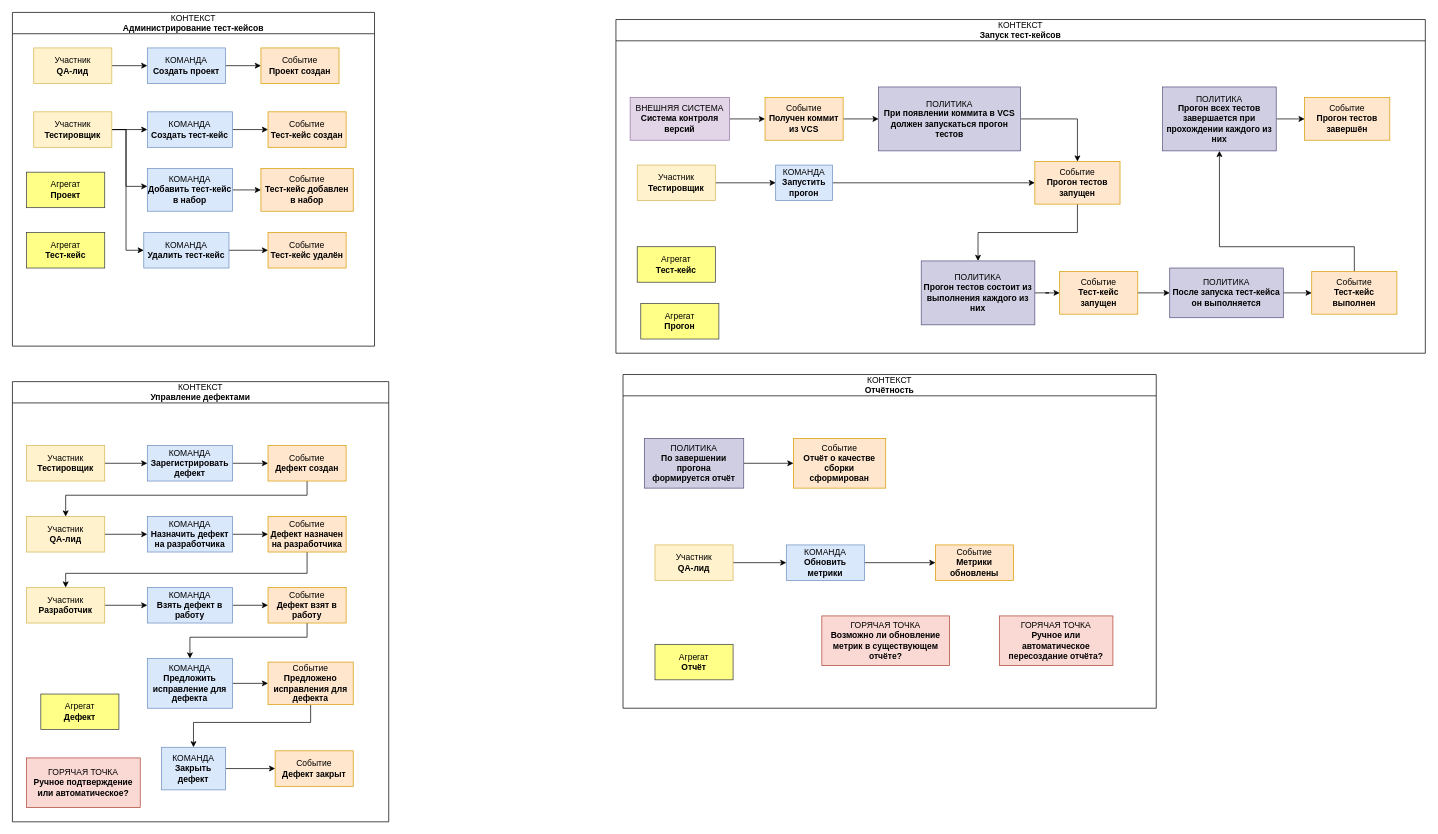
v-tempe/draw.io keeps this draw.io diagram as ПКСС_EventStorming.drawio. Above is the earlier version. Source tidied: cells renumbered, new cells numbered last; positions are measured from the earlier drawing's top-left corner, leaving out a move shared by most shapes. Both pictures are drawn from the tidied source at 71%, with x=0, y=0 at pixel (12, 12).
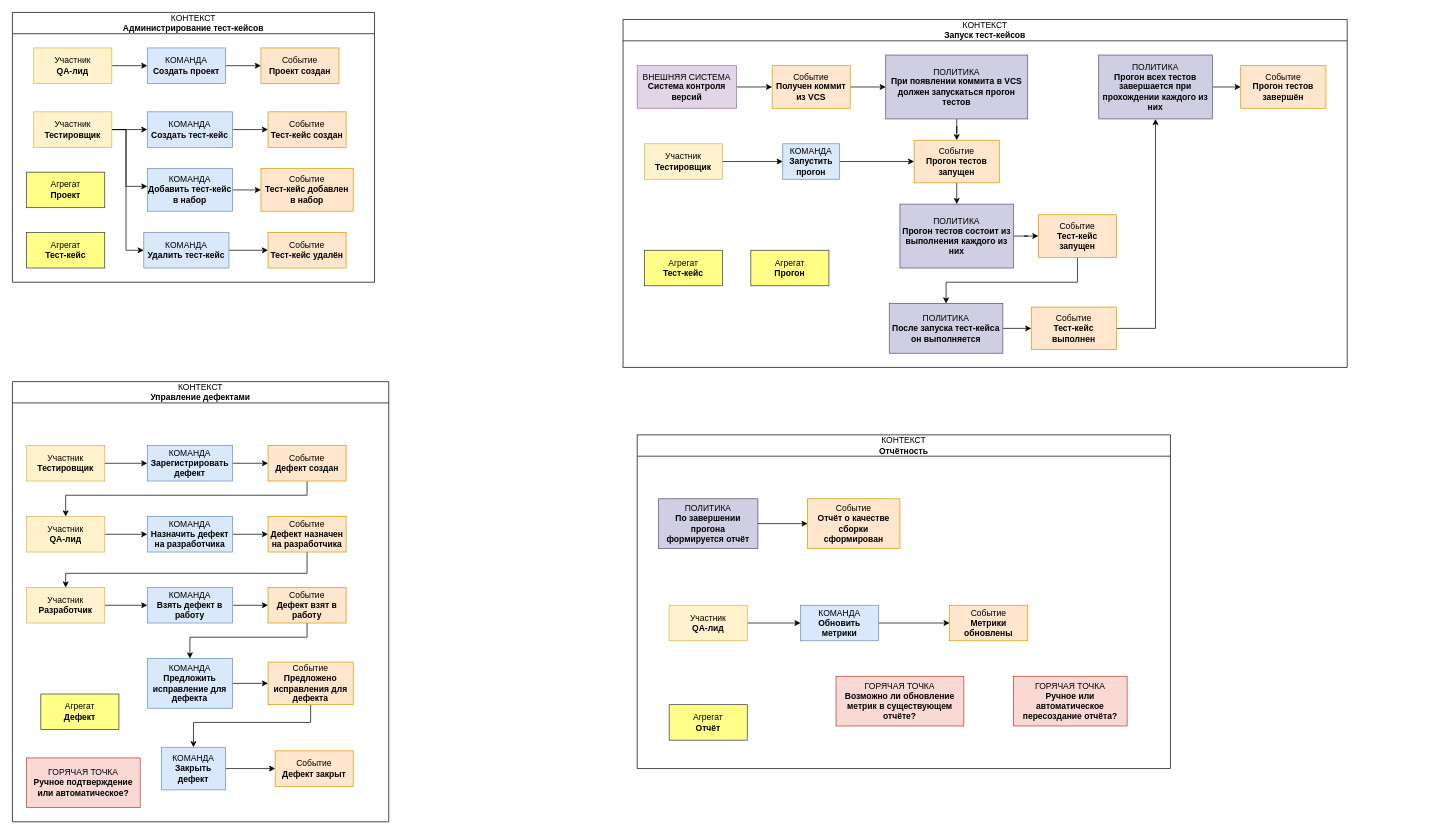
The same page after the edit.

Diff of the diagram source:
```diff
@@
     <mxCell id="2" value="&lt;span style=&quot;font-weight: normal;&quot;&gt;КОНТЕКСТ&lt;/span&gt;&lt;div&gt;Администрирование тест-кейсов&lt;/div&gt;" style="swimlane;whiteSpace=wrap;html=1;startSize=30;" parent="1" vertex="1">
-      <mxGeometry width="510" height="470" as="geometry" />
+      <mxGeometry width="510" height="380" as="geometry" />
     </mxCell>
@@
     <mxCell id="23" value="&lt;span style=&quot;font-weight: normal;&quot;&gt;КОНТЕКСТ&lt;/span&gt;&lt;div&gt;Запуск тест-кейсов&lt;/div&gt;" style="swimlane;whiteSpace=wrap;html=1;startSize=30;" parent="1" vertex="1">
-      <mxGeometry x="850" y="10" width="1140" height="470" as="geometry" />
+      <mxGeometry x="860" y="10" width="1020" height="490" as="geometry" />
     </mxCell>
-    <mxCell id="24" style="edgeStyle=orthogonalEdgeStyle;rounded=0;jettySize=auto;html=1;" parent="23" edge="1" source="25" target="39">
+    <mxCell id="24" style="edgeStyle=orthogonalEdgeStyle;rounded=0;jettySize=auto;html=1;entryX=0.5;entryY=1;entryDx=0;entryDy=0;" parent="23" edge="1" target="39">
       <mxGeometry relative="1" as="geometry">
+        <mxPoint x="695" y="435" as="sourcePoint" />
         <Array as="points">
-          <mxPoint x="1040" y="320" />
-          <mxPoint x="850" y="320" />
+          <mxPoint x="750" y="435" />
         </Array>
       </mxGeometry>
     </mxCell>
     <mxCell id="25" value="Событие&lt;div&gt;&lt;div&gt;&lt;b&gt;Тест-кейс выполнен&lt;/b&gt;&lt;/div&gt;&lt;/div&gt;" style="html=1;whiteSpace=wrap;fillColor=#ffe6cc;strokeColor=#d79b00;" parent="23" vertex="1">
-      <mxGeometry x="980" y="355" width="120" height="60" as="geometry" />
+      <mxGeometry x="575" y="405" width="120" height="60" as="geometry" />
     </mxCell>
     <mxCell id="26" style="edgeStyle=orthogonalEdgeStyle;rounded=0;jettySize=auto;html=1;" parent="23" edge="1" source="27" target="43">
-      <mxGeometry relative="1" as="geometry" />
+      <mxGeometry relative="1" as="geometry">
+        <Array as="points">
+          <mxPoint x="640" y="370" />
+          <mxPoint x="455" y="370" />
+        </Array>
+      </mxGeometry>
     </mxCell>
     <mxCell id="27" value="Событие&lt;div&gt;&lt;div&gt;&lt;b&gt;Тест-кейс запущен&lt;/b&gt;&lt;/div&gt;&lt;/div&gt;" style="html=1;whiteSpace=wrap;fillColor=#ffe6cc;strokeColor=#d79b00;" parent="23" vertex="1">
-      <mxGeometry x="625" y="355" width="110" height="60" as="geometry" />
+      <mxGeometry x="585" y="275" width="110" height="60" as="geometry" />
     </mxCell>
     <mxCell id="28" value="Событие&lt;div&gt;&lt;div&gt;&lt;b&gt;Прогон тестов завершён&lt;/b&gt;&lt;/div&gt;&lt;/div&gt;" style="html=1;whiteSpace=wrap;fillColor=#ffe6cc;strokeColor=#d79b00;" parent="23" vertex="1">
-      <mxGeometry x="970" y="110" width="120" height="60" as="geometry" />
+      <mxGeometry x="870" y="65" width="120" height="60" as="geometry" />
     </mxCell>
@@
     <mxCell id="30" value="Событие&lt;div&gt;&lt;div&gt;&lt;b&gt;Прогон тестов запущен&lt;/b&gt;&lt;/div&gt;&lt;/div&gt;" style="html=1;whiteSpace=wrap;fillColor=#ffe6cc;strokeColor=#d79b00;" parent="23" vertex="1">
-      <mxGeometry x="590" y="200" width="120" height="60" as="geometry" />
+      <mxGeometry x="410" y="170" width="120" height="60" as="geometry" />
     </mxCell>
@@
     <mxCell id="32" value="Событие&lt;div&gt;&lt;b&gt;Получен коммит из VCS&lt;/b&gt;&lt;/div&gt;" style="html=1;whiteSpace=wrap;fillColor=#ffe6cc;strokeColor=#d79b00;" parent="23" vertex="1">
-      <mxGeometry x="210" y="110" width="110" height="60" as="geometry" />
+      <mxGeometry x="210" y="65" width="110" height="60" as="geometry" />
     </mxCell>
     <mxCell id="33" value="Агрегат&lt;div&gt;&lt;b&gt;Тест-кейс&lt;/b&gt;&lt;/div&gt;" style="html=1;whiteSpace=wrap;fillColor=#ffff88;strokeColor=#36393d;" parent="23" vertex="1">
-      <mxGeometry x="30" y="320" width="110" height="50" as="geometry" />
+      <mxGeometry x="30" y="325" width="110" height="50" as="geometry" />
     </mxCell>
@@
     <mxCell id="35" value="ВНЕШНЯЯ СИСТЕМА&lt;div&gt;&lt;b&gt;Система контроля версий&lt;/b&gt;&lt;/div&gt;" style="html=1;whiteSpace=wrap;fillColor=#e1d5e7;strokeColor=#9673a6;" parent="23" vertex="1">
-      <mxGeometry x="20" y="110" width="140" height="60" as="geometry" />
+      <mxGeometry x="20" y="65" width="140" height="60" as="geometry" />
     </mxCell>
@@
     <mxCell id="37" value="&lt;div&gt;ПОЛИТИКА&lt;/div&gt;&lt;div&gt;&lt;b&gt;При появлении коммита в VCS должен запускаться прогон тестов&lt;/b&gt;&lt;/div&gt;" style="html=1;whiteSpace=wrap;fillColor=#d0cee2;strokeColor=#56517e;" parent="23" vertex="1">
-      <mxGeometry x="370" y="95" width="200" height="90" as="geometry" />
+      <mxGeometry x="370" y="50" width="200" height="90" as="geometry" />
     </mxCell>
@@
     <mxCell id="39" value="&lt;div&gt;ПОЛИТИКА&lt;/div&gt;&lt;div&gt;&lt;b&gt;Прогон всех тестов завершается при прохождении каждого из них&lt;/b&gt;&lt;/div&gt;" style="html=1;whiteSpace=wrap;fillColor=#d0cee2;strokeColor=#56517e;" parent="23" vertex="1">
-      <mxGeometry x="770" y="95" width="160" height="90" as="geometry" />
+      <mxGeometry x="670" y="50" width="160" height="90" as="geometry" />
     </mxCell>
@@
     <mxCell id="41" value="&lt;div&gt;ПОЛИТИКА&lt;/div&gt;&lt;div&gt;&lt;b&gt;Прогон тестов состоит из выполнения каждого из них&lt;/b&gt;&lt;/div&gt;" style="html=1;whiteSpace=wrap;fillColor=#d0cee2;strokeColor=#56517e;" parent="23" vertex="1">
-      <mxGeometry x="430" y="340" width="160" height="90" as="geometry" />
+      <mxGeometry x="390" y="260" width="160" height="90" as="geometry" />
     </mxCell>
@@
     <mxCell id="43" value="&lt;div&gt;ПОЛИТИКА&lt;/div&gt;&lt;div&gt;&lt;b&gt;После запуска тест-кейса он выполняется&lt;/b&gt;&lt;/div&gt;" style="html=1;whiteSpace=wrap;fillColor=#d0cee2;strokeColor=#56517e;" parent="23" vertex="1">
-      <mxGeometry x="780" y="350" width="160" height="70" as="geometry" />
+      <mxGeometry x="375" y="400" width="160" height="70" as="geometry" />
     </mxCell>
@@
     <mxCell id="45" value="Участник&lt;div&gt;&lt;b&gt;Тестировщик&lt;/b&gt;&lt;/div&gt;" style="html=1;whiteSpace=wrap;fillColor=#fff2cc;strokeColor=#d6b656;" parent="23" vertex="1">
-      <mxGeometry x="30" y="205" width="110" height="50" as="geometry" />
+      <mxGeometry x="30" y="175" width="110" height="50" as="geometry" />
     </mxCell>
@@
     <mxCell id="47" value="КОМАНДА&lt;div&gt;&lt;b&gt;Запустить прогон&lt;/b&gt;&lt;/div&gt;" style="html=1;whiteSpace=wrap;fillColor=#dae8fc;strokeColor=#6c8ebf;" parent="23" vertex="1">
-      <mxGeometry x="225" y="205" width="80" height="50" as="geometry" />
+      <mxGeometry x="225" y="175" width="80" height="50" as="geometry" />
     </mxCell>
     <mxCell id="48" value="Агрегат&lt;div&gt;&lt;b&gt;Прогон&lt;/b&gt;&lt;/div&gt;" style="html=1;whiteSpace=wrap;fillColor=#ffff88;strokeColor=#36393d;" parent="23" vertex="1">
-      <mxGeometry x="35" y="400" width="110" height="50" as="geometry" />
+      <mxGeometry x="180" y="325" width="110" height="50" as="geometry" />
     </mxCell>
     <mxCell id="49" value="&lt;span style=&quot;font-weight: normal;&quot;&gt;КОНТЕКСТ&lt;/span&gt;&lt;div&gt;Отчётность&lt;/div&gt;" style="swimlane;whiteSpace=wrap;html=1;startSize=30;" parent="1" vertex="1">
-      <mxGeometry x="860" y="510" width="751" height="470" as="geometry" />
+      <mxGeometry x="880" y="595" width="751" height="470" as="geometry" />
     </mxCell>
```
